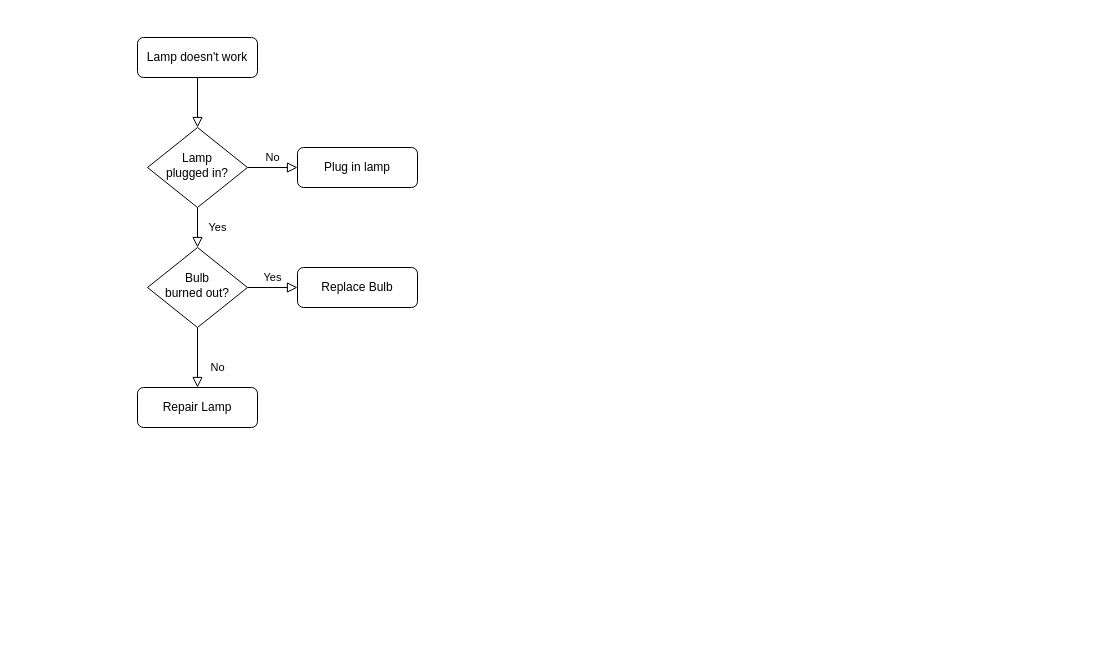
Above: craft/tr_create_project.drawio in feihu618/drawio (draw.io), before the change. Source tidied: cells renumbered, new cells numbered last; positions are measured from the earlier drawing's top-left corner, leaving out a move shared by most shapes. Both pictures are drawn from the tidied source at 100%, with x=0, y=0 at pixel (137, 37).
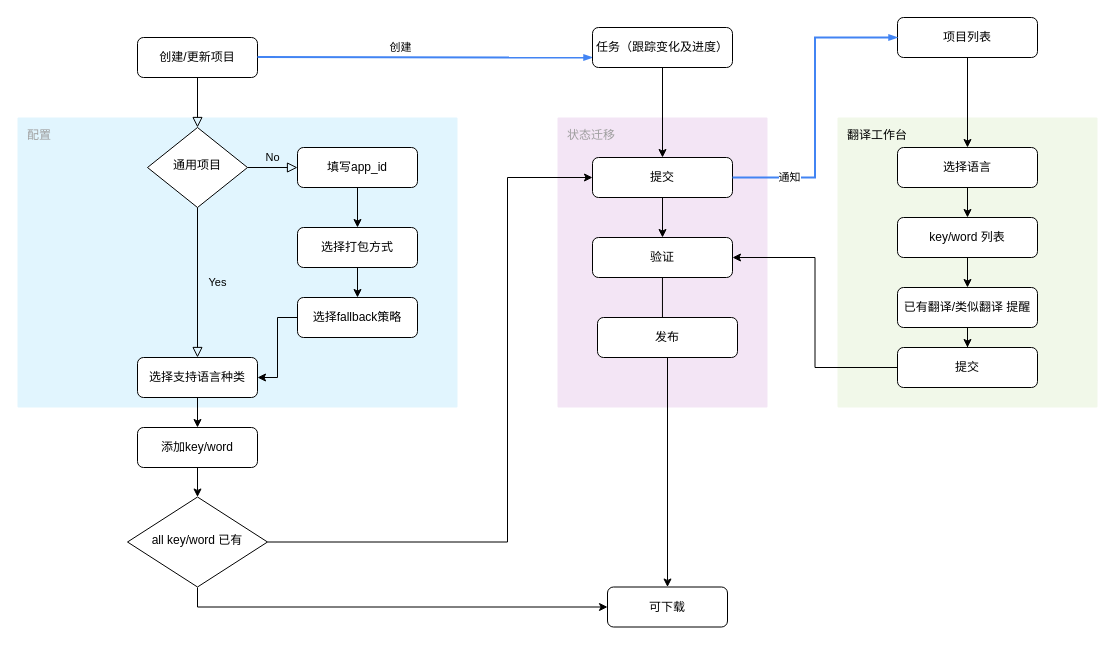
The same diagram, later.

The edit, as a diff of the source:
```diff
@@
+    <mxCell id="13" value="状态迁移" style="sketch=0;rounded=1;absoluteArcSize=1;arcSize=2;html=1;strokeColor=none;gradientColor=none;shadow=0;dashed=0;fontSize=12;fontColor=#9E9E9E;align=left;verticalAlign=top;spacing=10;spacingTop=-4;fillColor=#F3E5F5;" parent="1" vertex="1">
+      <mxGeometry x="420" y="80" width="210" height="290" as="geometry" />
+    </mxCell>
+    <mxCell id="14" value="配置" style="sketch=0;rounded=1;absoluteArcSize=1;arcSize=2;html=1;strokeColor=none;gradientColor=none;shadow=0;dashed=0;fontSize=12;fontColor=#9E9E9E;align=left;verticalAlign=top;spacing=10;spacingTop=-4;fillColor=#E1F5FE;" parent="1" vertex="1">
+      <mxGeometry x="-120" y="80" width="440" height="290" as="geometry" />
+    </mxCell>
@@
-    <mxCell id="3" value="Lamp doesn't work" style="rounded=1;whiteSpace=wrap;html=1;fontSize=12;glass=0;strokeWidth=1;shadow=0;" parent="1" vertex="1">
+    <mxCell id="3" value="创建/更新项目" style="rounded=1;whiteSpace=wrap;html=1;fontSize=12;glass=0;strokeWidth=1;shadow=0;" parent="1" vertex="1">
       <mxGeometry width="120" height="40" as="geometry" />
     </mxCell>
-    <mxCell id="4" value="Yes" style="rounded=0;html=1;jettySize=auto;fontSize=11;endArrow=block;endFill=0;endSize=8;strokeWidth=1;shadow=0;labelBackgroundColor=none;edgeStyle=orthogonalEdgeStyle;" parent="1" edge="1" source="6" target="10">
+    <mxCell id="4" value="Yes" style="rounded=0;html=1;jettySize=auto;fontSize=11;endArrow=block;endFill=0;endSize=8;strokeWidth=1;shadow=0;labelBackgroundColor=none;edgeStyle=orthogonalEdgeStyle;entryX=0.5;entryY=0;entryDx=0;entryDy=0;" parent="1" edge="1" source="6" target="11">
       <mxGeometry y="20" relative="1" as="geometry" />
     </mxCell>
@@
-    <mxCell id="6" value="Lamp&lt;br&gt;plugged in?" style="rhombus;whiteSpace=wrap;html=1;shadow=0;fontFamily=Helvetica;fontSize=12;align=center;strokeWidth=1;spacing=6;spacingTop=-4;" parent="1" vertex="1">
+    <mxCell id="6" value="通用项目" style="rhombus;whiteSpace=wrap;html=1;shadow=0;fontFamily=Helvetica;fontSize=12;align=center;strokeWidth=1;spacing=6;spacingTop=-4;" parent="1" vertex="1">
       <mxGeometry x="10" y="90" width="100" height="80" as="geometry" />
     </mxCell>
+    <mxCell id="15" style="edgeStyle=orthogonalEdgeStyle;rounded=0;jettySize=auto;html=1;" parent="1" edge="1" source="7" target="12">
+      <mxGeometry relative="1" as="geometry" />
+    </mxCell>
-    <mxCell id="7" value="Plug in lamp" style="rounded=1;whiteSpace=wrap;html=1;fontSize=12;glass=0;strokeWidth=1;shadow=0;" parent="1" vertex="1">
+    <mxCell id="7" value="填写app_id" style="rounded=1;whiteSpace=wrap;html=1;fontSize=12;glass=0;strokeWidth=1;shadow=0;" parent="1" vertex="1">
       <mxGeometry x="160" y="110" width="120" height="40" as="geometry" />
     </mxCell>
-    <mxCell id="8" value="No" style="rounded=0;html=1;jettySize=auto;fontSize=11;endArrow=block;endFill=0;endSize=8;strokeWidth=1;shadow=0;labelBackgroundColor=none;edgeStyle=orthogonalEdgeStyle;" parent="1" edge="1" source="10" target="11">
-      <mxGeometry x="0.33" y="20" relative="1" as="geometry" />
-    </mxCell>
-    <mxCell id="9" value="Yes" style="edgeStyle=orthogonalEdgeStyle;rounded=0;html=1;jettySize=auto;fontSize=11;endArrow=block;endFill=0;endSize=8;strokeWidth=1;shadow=0;labelBackgroundColor=none;" parent="1" edge="1" source="10" target="12">
-      <mxGeometry y="10" relative="1" as="geometry" />
-    </mxCell>
-    <mxCell id="10" value="Bulb&lt;br&gt;burned out?" style="rhombus;whiteSpace=wrap;html=1;shadow=0;fontFamily=Helvetica;fontSize=12;align=center;strokeWidth=1;spacing=6;spacingTop=-4;" parent="1" vertex="1">
-      <mxGeometry x="10" y="210" width="100" height="80" as="geometry" />
-    </mxCell>
+    <mxCell id="16" style="edgeStyle=orthogonalEdgeStyle;rounded=0;jettySize=auto;html=1;" parent="1" edge="1" source="11" target="22">
+      <mxGeometry relative="1" as="geometry" />
+    </mxCell>
-    <mxCell id="11" value="Repair Lamp" style="rounded=1;whiteSpace=wrap;html=1;fontSize=12;glass=0;strokeWidth=1;shadow=0;" parent="1" vertex="1">
-      <mxGeometry y="350" width="120" height="40" as="geometry" />
+    <mxCell id="11" value="选择支持语言种类" style="rounded=1;whiteSpace=wrap;html=1;fontSize=12;glass=0;strokeWidth=1;shadow=0;" parent="1" vertex="1">
+      <mxGeometry y="320" width="120" height="40" as="geometry" />
     </mxCell>
+    <mxCell id="17" style="edgeStyle=orthogonalEdgeStyle;rounded=0;jettySize=auto;html=1;" parent="1" edge="1" source="12" target="19">
+      <mxGeometry relative="1" as="geometry" />
+    </mxCell>
-    <mxCell id="12" value="Replace Bulb" style="rounded=1;whiteSpace=wrap;html=1;fontSize=12;glass=0;strokeWidth=1;shadow=0;" parent="1" vertex="1">
-      <mxGeometry x="160" y="230" width="120" height="40" as="geometry" />
+    <mxCell id="12" value="选择打包方式" style="rounded=1;whiteSpace=wrap;html=1;fontSize=12;glass=0;strokeWidth=1;shadow=0;" parent="1" vertex="1">
+      <mxGeometry x="160" y="190" width="120" height="40" as="geometry" />
     </mxCell>
+    <mxCell id="18" style="edgeStyle=orthogonalEdgeStyle;rounded=0;jettySize=auto;html=1;entryX=1;entryY=0.5;entryDx=0;entryDy=0;" parent="1" edge="1" source="19" target="11">
+      <mxGeometry relative="1" as="geometry" />
+    </mxCell>
+    <mxCell id="19" value="选择fallback策略" style="rounded=1;whiteSpace=wrap;html=1;fontSize=12;glass=0;strokeWidth=1;shadow=0;" parent="1" vertex="1">
+      <mxGeometry x="160" y="260" width="120" height="40" as="geometry" />
+    </mxCell>
+    <mxCell id="20" style="edgeStyle=orthogonalEdgeStyle;rounded=0;jettySize=auto;html=1;entryX=0;entryY=0.5;entryDx=0;entryDy=0;exitX=1;exitY=0.5;exitDx=0;exitDy=0;" parent="1" edge="1" source="47" target="28">
+      <mxGeometry relative="1" as="geometry">
+        <Array as="points">
+          <mxPoint x="370" y="505" />
+          <mxPoint x="370" y="140" />
+        </Array>
+      </mxGeometry>
+    </mxCell>
+    <mxCell id="21" style="edgeStyle=orthogonalEdgeStyle;rounded=0;jettySize=auto;html=1;" parent="1" edge="1" source="22" target="47">
+      <mxGeometry relative="1" as="geometry" />
+    </mxCell>
+    <mxCell id="22" value="添加key/word" style="rounded=1;whiteSpace=wrap;html=1;fontSize=12;glass=0;strokeWidth=1;shadow=0;" parent="1" vertex="1">
+      <mxGeometry y="390" width="120" height="40" as="geometry" />
+    </mxCell>
+    <mxCell id="23" style="edgeStyle=orthogonalEdgeStyle;fontSize=12;html=1;endArrow=blockThin;endFill=1;rounded=0;strokeWidth=2;endSize=4;startSize=4;dashed=0;strokeColor=#4284F3;entryX=0;entryY=0.75;entryDx=0;entryDy=0;" parent="1" edge="1" target="26">
+      <mxGeometry relative="1" as="geometry">
+        <mxPoint x="120" y="19.5" as="sourcePoint" />
+      </mxGeometry>
+    </mxCell>
+    <mxCell id="24" value="创建" style="edgeLabel;html=1;align=center;verticalAlign=middle;" parent="23" vertex="1">
+      <mxGeometry x="0.29" relative="1" as="geometry">
+        <mxPoint x="-73" y="-10" as="offset" />
+      </mxGeometry>
+    </mxCell>
+    <mxCell id="25" style="edgeStyle=orthogonalEdgeStyle;rounded=0;jettySize=auto;html=1;" parent="1" edge="1" source="26" target="28">
+      <mxGeometry relative="1" as="geometry" />
+    </mxCell>
+    <mxCell id="26" value="任务（跟踪变化及进度）" style="rounded=1;whiteSpace=wrap;html=1;fontSize=12;glass=0;strokeWidth=1;shadow=0;" parent="1" vertex="1">
+      <mxGeometry x="455" y="-10" width="140" height="40" as="geometry" />
+    </mxCell>
+    <mxCell id="27" style="edgeStyle=orthogonalEdgeStyle;rounded=0;jettySize=auto;html=1;" parent="1" edge="1" source="28" target="30">
+      <mxGeometry relative="1" as="geometry" />
+    </mxCell>
+    <mxCell id="28" value="提交" style="rounded=1;whiteSpace=wrap;html=1;fontSize=12;glass=0;strokeWidth=1;shadow=0;" parent="1" vertex="1">
+      <mxGeometry x="455" y="120" width="140" height="40" as="geometry" />
+    </mxCell>
+    <mxCell id="29" style="edgeStyle=orthogonalEdgeStyle;rounded=0;jettySize=auto;html=1;entryX=0.464;entryY=0.25;entryDx=0;entryDy=0;entryPerimeter=0;" parent="1" edge="1" source="30" target="32">
+      <mxGeometry relative="1" as="geometry" />
+    </mxCell>
+    <mxCell id="30" value="验证" style="rounded=1;whiteSpace=wrap;html=1;fontSize=12;glass=0;strokeWidth=1;shadow=0;" parent="1" vertex="1">
+      <mxGeometry x="455" y="200" width="140" height="40" as="geometry" />
+    </mxCell>
+    <mxCell id="31" style="edgeStyle=orthogonalEdgeStyle;rounded=0;jettySize=auto;html=1;entryX=0.5;entryY=0;entryDx=0;entryDy=0;" parent="1" edge="1" source="32" target="48">
+      <mxGeometry relative="1" as="geometry" />
+    </mxCell>
+    <mxCell id="32" value="发布" style="rounded=1;whiteSpace=wrap;html=1;fontSize=12;glass=0;strokeWidth=1;shadow=0;" parent="1" vertex="1">
+      <mxGeometry x="460" y="280" width="140" height="40" as="geometry" />
+    </mxCell>
+    <mxCell id="33" value="&lt;span style=&quot;color: rgb(0 , 0 , 0) ; text-align: center&quot;&gt;翻译工作台&lt;/span&gt;" style="sketch=0;rounded=1;absoluteArcSize=1;arcSize=2;html=1;strokeColor=none;gradientColor=none;shadow=0;dashed=0;fontSize=12;fontColor=#9E9E9E;align=left;verticalAlign=top;spacing=10;spacingTop=-4;fillColor=#F1F8E9;" parent="1" vertex="1">
+      <mxGeometry x="700" y="80" width="260" height="290" as="geometry" />
+    </mxCell>
+    <mxCell id="34" style="edgeStyle=orthogonalEdgeStyle;rounded=0;jettySize=auto;html=1;entryX=0.5;entryY=0;entryDx=0;entryDy=0;" parent="1" edge="1" source="35" target="39">
+      <mxGeometry relative="1" as="geometry" />
+    </mxCell>
+    <mxCell id="35" value="项目列表" style="rounded=1;whiteSpace=wrap;html=1;fontSize=12;glass=0;strokeWidth=1;shadow=0;" parent="1" vertex="1">
+      <mxGeometry x="760" y="-20" width="140" height="40" as="geometry" />
+    </mxCell>
+    <mxCell id="36" style="edgeStyle=orthogonalEdgeStyle;fontSize=12;html=1;endArrow=blockThin;endFill=1;rounded=0;strokeWidth=2;endSize=4;startSize=4;dashed=0;strokeColor=#4284F3;entryX=0;entryY=0.5;entryDx=0;entryDy=0;exitX=1;exitY=0.5;exitDx=0;exitDy=0;" parent="1" edge="1" source="28" target="35">
+      <mxGeometry relative="1" as="geometry" />
+    </mxCell>
+    <mxCell id="37" value="通知" style="edgeLabel;html=1;align=center;verticalAlign=middle;" parent="36" vertex="1">
+      <mxGeometry x="-0.63" y="1" relative="1" as="geometry" />
+    </mxCell>
+    <mxCell id="38" style="edgeStyle=orthogonalEdgeStyle;rounded=0;jettySize=auto;html=1;" parent="1" edge="1" source="39" target="41">
+      <mxGeometry relative="1" as="geometry" />
+    </mxCell>
+    <mxCell id="39" value="选择语言" style="rounded=1;whiteSpace=wrap;html=1;fontSize=12;glass=0;strokeWidth=1;shadow=0;" parent="1" vertex="1">
+      <mxGeometry x="760" y="110" width="140" height="40" as="geometry" />
+    </mxCell>
+    <mxCell id="40" style="edgeStyle=orthogonalEdgeStyle;rounded=0;jettySize=auto;html=1;" parent="1" edge="1" source="41" target="43">
+      <mxGeometry relative="1" as="geometry" />
+    </mxCell>
+    <mxCell id="41" value="key/word 列表" style="rounded=1;whiteSpace=wrap;html=1;fontSize=12;glass=0;strokeWidth=1;shadow=0;" parent="1" vertex="1">
+      <mxGeometry x="760" y="180" width="140" height="40" as="geometry" />
+    </mxCell>
+    <mxCell id="42" style="edgeStyle=orthogonalEdgeStyle;rounded=0;jettySize=auto;html=1;" parent="1" edge="1" source="43" target="45">
+      <mxGeometry relative="1" as="geometry" />
+    </mxCell>
+    <mxCell id="43" value="已有翻译/类似翻译&amp;nbsp;提醒" style="rounded=1;whiteSpace=wrap;html=1;fontSize=12;glass=0;strokeWidth=1;shadow=0;" parent="1" vertex="1">
+      <mxGeometry x="760" y="250" width="140" height="40" as="geometry" />
+    </mxCell>
+    <mxCell id="44" style="edgeStyle=orthogonalEdgeStyle;rounded=0;jettySize=auto;html=1;entryX=1;entryY=0.5;entryDx=0;entryDy=0;" parent="1" edge="1" source="45" target="30">
+      <mxGeometry relative="1" as="geometry" />
+    </mxCell>
+    <mxCell id="45" value="提交" style="rounded=1;whiteSpace=wrap;html=1;fontSize=12;glass=0;strokeWidth=1;shadow=0;" parent="1" vertex="1">
+      <mxGeometry x="760" y="310" width="140" height="40" as="geometry" />
+    </mxCell>
+    <mxCell id="46" style="edgeStyle=orthogonalEdgeStyle;rounded=0;jettySize=auto;html=1;entryX=0;entryY=0.5;entryDx=0;entryDy=0;" parent="1" edge="1" target="48">
+      <mxGeometry relative="1" as="geometry">
+        <mxPoint x="60" y="550" as="sourcePoint" />
+        <Array as="points">
+          <mxPoint x="60" y="570" />
+          <mxPoint x="470" y="570" />
+        </Array>
+      </mxGeometry>
+    </mxCell>
+    <mxCell id="47" value="all key/word&amp;nbsp;已有" style="rhombus;whiteSpace=wrap;html=1;shadow=0;fontFamily=Helvetica;fontSize=12;align=center;strokeWidth=1;spacing=6;spacingTop=-4;" parent="1" vertex="1">
+      <mxGeometry x="-10" y="459.5" width="140" height="90" as="geometry" />
+    </mxCell>
+    <mxCell id="48" value="可下载" style="rounded=1;whiteSpace=wrap;html=1;fontSize=12;glass=0;strokeWidth=1;shadow=0;" parent="1" vertex="1">
+      <mxGeometry x="470" y="549.5" width="120" height="40" as="geometry" />
+    </mxCell>
```
